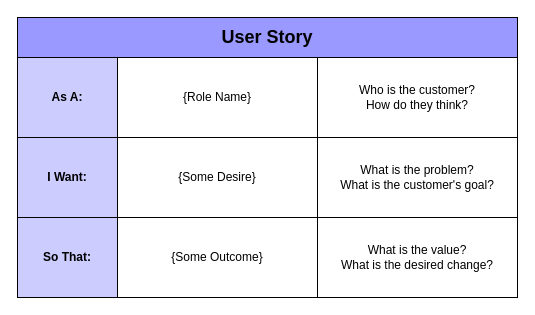
alexpeters25/Python keeps this draw.io diagram as Planning/user_story_template.drawio. Above is the earlier version. Source tidied: cells renumbered, new cells numbered last; positions are measured from the earlier drawing's top-left corner, leaving out a move shared by most shapes. Both pictures are drawn from the tidied source at 100%, with x=0, y=0 at pixel (17, 17).
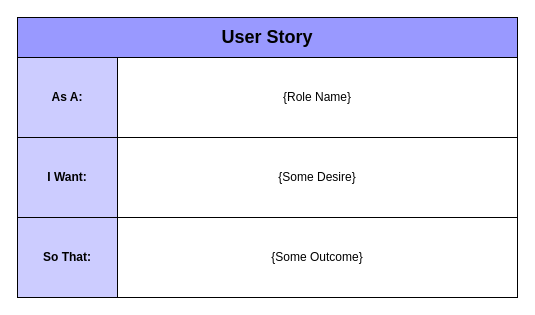
The same diagram, later.

What changed in the source:
```diff
@@
 <mxGraphModel>
   <root>
     <mxCell id="0" />
     <mxCell id="1" parent="0" />
-    <mxCell id="2" style="group;fontSize=15;" parent="1" vertex="1">
-      <mxGeometry width="500" height="280" as="geometry" />
-    </mxCell>
+    <mxCell id="13" style="group;" parent="1" vertex="1">
+      <mxGeometry width="500" height="280" as="geometry" />
+    </mxCell>
-    <mxCell id="3" value="&lt;font style=&quot;font-size: 18px;&quot;&gt;&lt;b&gt;User Story&lt;/b&gt;&lt;/font&gt;" style="rounded=0;whiteSpace=wrap;html=1;gradientColor=none;fillColor=#9999FF;" parent="2" vertex="1">
+    <mxCell id="3" value="&lt;font style=&quot;font-size: 18px;&quot;&gt;&lt;b&gt;User Story&lt;/b&gt;&lt;/font&gt;" style="rounded=0;whiteSpace=wrap;html=1;gradientColor=none;fillColor=#9999FF;" parent="13" vertex="1">
       <mxGeometry width="500" height="40" as="geometry" />
     </mxCell>
-    <mxCell id="4" value="&lt;b&gt;As A:&lt;/b&gt;" style="rounded=0;whiteSpace=wrap;html=1;fillColor=#CCCCFF;" parent="2" vertex="1">
+    <mxCell id="4" value="&lt;b&gt;As A:&lt;/b&gt;" style="rounded=0;whiteSpace=wrap;html=1;fillColor=#CCCCFF;" parent="13" vertex="1">
       <mxGeometry y="40" width="100" height="80" as="geometry" />
     </mxCell>
-    <mxCell id="5" value="&lt;b&gt;I Want:&lt;/b&gt;" style="rounded=0;whiteSpace=wrap;html=1;fillColor=#CCCCFF;" parent="2" vertex="1">
+    <mxCell id="5" value="&lt;b&gt;I Want:&lt;/b&gt;" style="rounded=0;whiteSpace=wrap;html=1;fillColor=#CCCCFF;" parent="13" vertex="1">
       <mxGeometry y="120" width="100" height="80" as="geometry" />
     </mxCell>
-    <mxCell id="6" value="&lt;b&gt;So That:&lt;/b&gt;" style="rounded=0;whiteSpace=wrap;html=1;fillColor=#CCCCFF;" parent="2" vertex="1">
+    <mxCell id="6" value="&lt;b&gt;So That:&lt;/b&gt;" style="rounded=0;whiteSpace=wrap;html=1;fillColor=#CCCCFF;" parent="13" vertex="1">
       <mxGeometry y="200" width="100" height="80" as="geometry" />
     </mxCell>
-    <mxCell id="7" value="&lt;div&gt;Who is the customer?&lt;/div&gt;&lt;div&gt;How do they think?&lt;/div&gt;" style="rounded=0;whiteSpace=wrap;html=1;" parent="2" vertex="1">
-      <mxGeometry x="300" y="40" width="200" height="80" as="geometry" />
-    </mxCell>
-    <mxCell id="8" value="{Role Name}" style="rounded=0;whiteSpace=wrap;html=1;" parent="2" vertex="1">
-      <mxGeometry x="100" y="40" width="200" height="80" as="geometry" />
+    <mxCell id="8" value="{Role Name}" style="rounded=0;whiteSpace=wrap;html=1;" parent="13" vertex="1">
+      <mxGeometry x="100" y="40" width="400" height="80" as="geometry" />
     </mxCell>
-    <mxCell id="9" value="{Some Outcome}" style="rounded=0;whiteSpace=wrap;html=1;" parent="2" vertex="1">
-      <mxGeometry x="100" y="200" width="200" height="80" as="geometry" />
+    <mxCell id="9" value="{Some Outcome}" style="rounded=0;whiteSpace=wrap;html=1;" parent="13" vertex="1">
+      <mxGeometry x="100" y="200" width="400" height="80" as="geometry" />
     </mxCell>
-    <mxCell id="10" value="{Some Desire}" style="rounded=0;whiteSpace=wrap;html=1;" parent="2" vertex="1">
-      <mxGeometry x="100" y="120" width="200" height="80" as="geometry" />
+    <mxCell id="10" value="{Some Desire}" style="rounded=0;whiteSpace=wrap;html=1;" parent="13" vertex="1">
+      <mxGeometry x="100" y="120" width="400" height="80" as="geometry" />
     </mxCell>
-    <mxCell id="11" value="&lt;div&gt;What is the value?&lt;/div&gt;&lt;div&gt;What is the desired change?&lt;/div&gt;" style="rounded=0;whiteSpace=wrap;html=1;" parent="2" vertex="1">
-      <mxGeometry x="300" y="200" width="200" height="80" as="geometry" />
-    </mxCell>
-    <mxCell id="12" value="&lt;div&gt;What is the problem?&lt;/div&gt;&lt;div&gt;What is the customer's goal?&lt;/div&gt;" style="rounded=0;whiteSpace=wrap;html=1;" parent="2" vertex="1">
-      <mxGeometry x="300" y="120" width="200" height="80" as="geometry" />
-    </mxCell>
   </root>
 </mxGraphModel>
```
